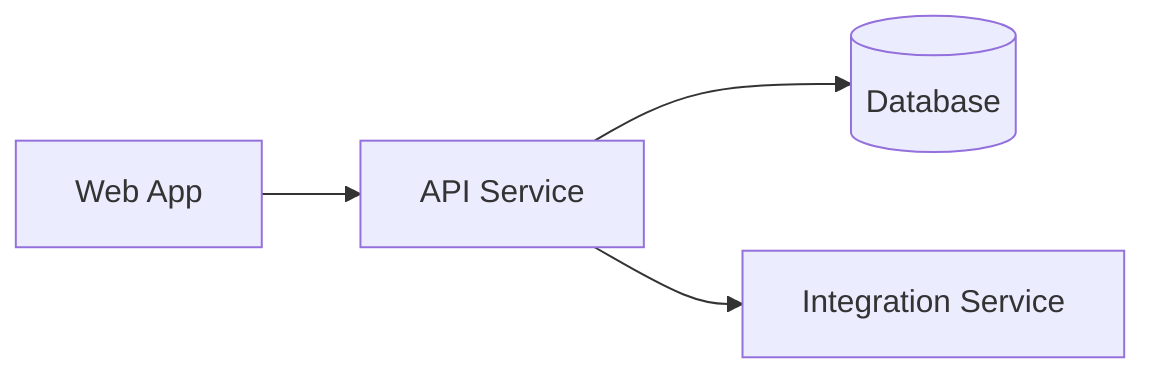
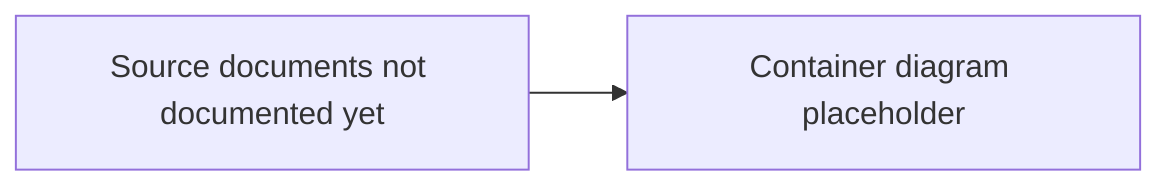
+ %% Placeholder diagram.
+ %% Replace only after source documents define actual containers, directions, or system areas.
flowchart LR
-     Web[Web App] --> API[API Service]
-     API --> Database[(Database)]
-     API --> Integration[Integration Service]
- 
+     SourceDocs["Source documents not documented yet"] --> Diagram["Container diagram placeholder"]
